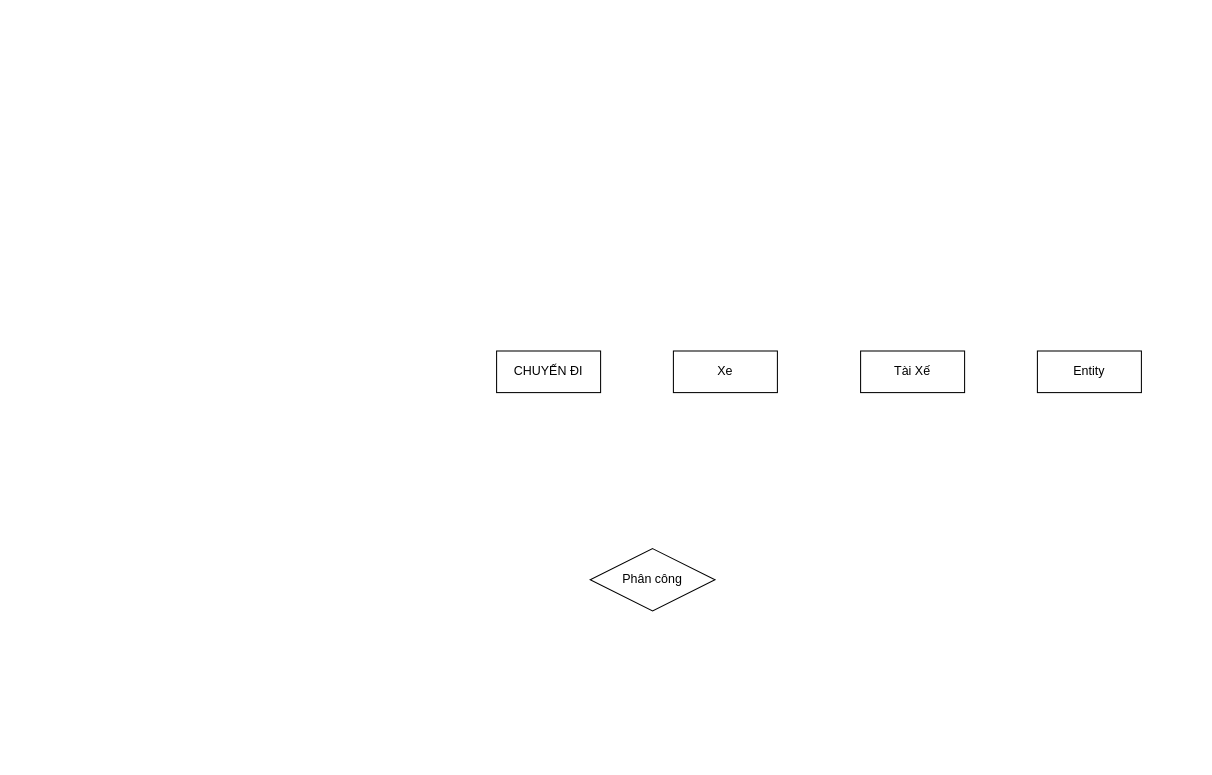
reality8080/DB_Chapter5_HW2 keeps this draw.io diagram as DB_HW5_2.drawio. Above is the earlier version. Source tidied: cells renumbered, new cells numbered last; positions are measured from the earlier drawing's top-left corner, leaving out a move shared by most shapes. Both pictures are drawn from the tidied source at 104%, with x=0, y=0 at pixel (496, 350).
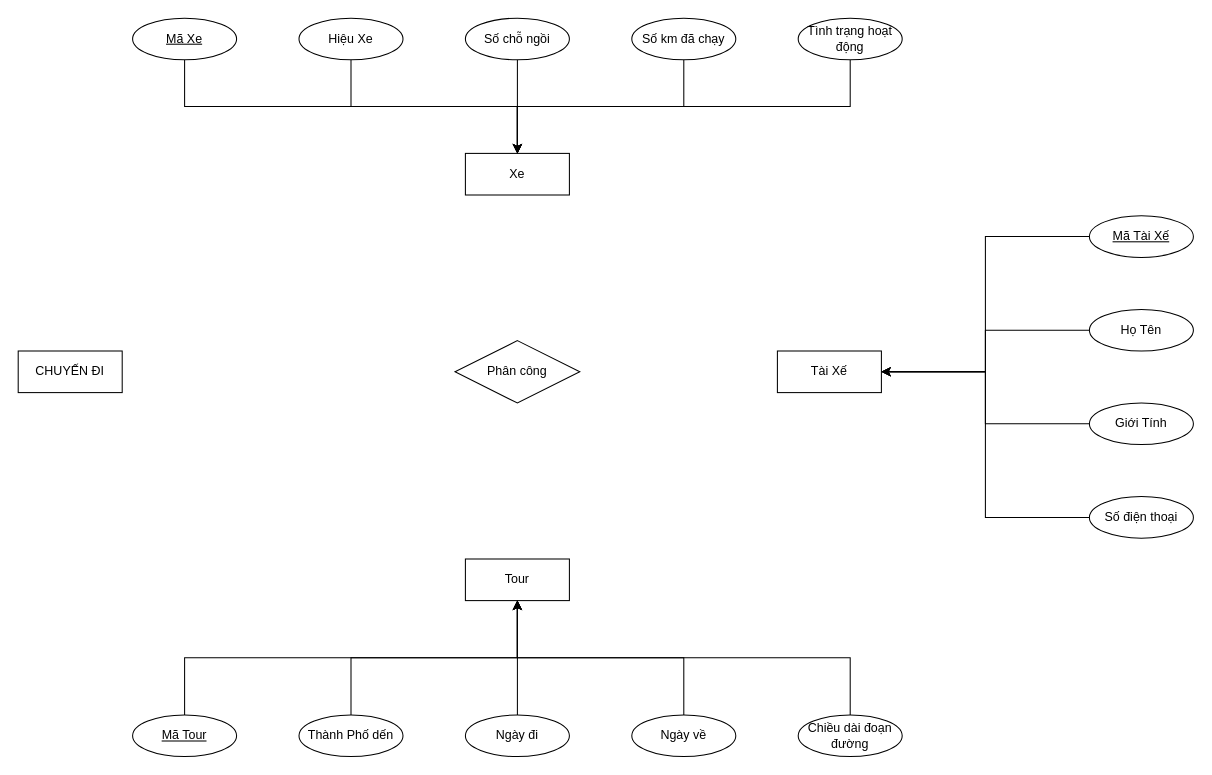
The same page after the edit.

Diff of the diagram source:
```diff
@@
     <mxCell id="2" value="Xe" style="whiteSpace=wrap;html=1;align=center;" parent="1" vertex="1">
-      <mxGeometry x="170" width="100" height="40" as="geometry" />
+      <mxGeometry x="-30" y="-190" width="100" height="40" as="geometry" />
     </mxCell>
     <mxCell id="3" value="Tài Xế" style="whiteSpace=wrap;html=1;align=center;" parent="1" vertex="1">
-      <mxGeometry x="350" width="100" height="40" as="geometry" />
+      <mxGeometry x="270" width="100" height="40" as="geometry" />
     </mxCell>
-    <mxCell id="4" value="Entity" style="whiteSpace=wrap;html=1;align=center;" parent="1" vertex="1">
-      <mxGeometry x="520" width="100" height="40" as="geometry" />
+    <mxCell id="4" value="Tour" style="whiteSpace=wrap;html=1;align=center;" parent="1" vertex="1">
+      <mxGeometry x="-30" y="200" width="100" height="40" as="geometry" />
     </mxCell>
     <mxCell id="5" value="CHUYẾN ĐI" style="whiteSpace=wrap;html=1;align=center;" parent="1" vertex="1">
-      <mxGeometry width="100" height="40" as="geometry" />
+      <mxGeometry x="-460" width="100" height="40" as="geometry" />
     </mxCell>
     <mxCell id="6" value="Phân công" style="shape=rhombus;perimeter=rhombusPerimeter;whiteSpace=wrap;html=1;align=center;" parent="1" vertex="1">
-      <mxGeometry x="90" y="190" width="120" height="60" as="geometry" />
+      <mxGeometry x="-40" y="-10" width="120" height="60" as="geometry" />
     </mxCell>
+    <mxCell id="7" style="edgeStyle=orthogonalEdgeStyle;rounded=0;jettySize=auto;html=1;exitX=0.5;exitY=1;exitDx=0;exitDy=0;" parent="1" edge="1" source="8" target="2">
+      <mxGeometry relative="1" as="geometry" />
+    </mxCell>
+    <mxCell id="8" value="&lt;u&gt;Mã Xe&lt;/u&gt;" style="ellipse;whiteSpace=wrap;html=1;align=center;" parent="1" vertex="1">
+      <mxGeometry x="-350" y="-320" width="100" height="40" as="geometry" />
+    </mxCell>
+    <mxCell id="9" style="edgeStyle=orthogonalEdgeStyle;rounded=0;jettySize=auto;html=1;exitX=0.5;exitY=1;exitDx=0;exitDy=0;" parent="1" edge="1" source="10" target="2">
+      <mxGeometry relative="1" as="geometry" />
+    </mxCell>
+    <mxCell id="10" value="Hiệu Xe" style="ellipse;whiteSpace=wrap;html=1;align=center;" parent="1" vertex="1">
+      <mxGeometry x="-190" y="-320" width="100" height="40" as="geometry" />
+    </mxCell>
+    <mxCell id="11" style="edgeStyle=orthogonalEdgeStyle;rounded=0;jettySize=auto;html=1;exitX=0.5;exitY=1;exitDx=0;exitDy=0;" parent="1" edge="1" source="12" target="2">
+      <mxGeometry relative="1" as="geometry" />
+    </mxCell>
+    <mxCell id="12" value="Số chỗ ngồi" style="ellipse;whiteSpace=wrap;html=1;align=center;" parent="1" vertex="1">
+      <mxGeometry x="-30" y="-320" width="100" height="40" as="geometry" />
+    </mxCell>
+    <mxCell id="13" style="edgeStyle=orthogonalEdgeStyle;rounded=0;jettySize=auto;html=1;exitX=0.5;exitY=1;exitDx=0;exitDy=0;" parent="1" edge="1" source="14" target="2">
+      <mxGeometry relative="1" as="geometry" />
+    </mxCell>
+    <mxCell id="14" value="Số km đã chạy" style="ellipse;whiteSpace=wrap;html=1;align=center;" parent="1" vertex="1">
+      <mxGeometry x="130" y="-320" width="100" height="40" as="geometry" />
+    </mxCell>
+    <mxCell id="15" style="edgeStyle=orthogonalEdgeStyle;rounded=0;jettySize=auto;html=1;exitX=0.5;exitY=1;exitDx=0;exitDy=0;" parent="1" edge="1" source="16" target="2">
+      <mxGeometry relative="1" as="geometry" />
+    </mxCell>
+    <mxCell id="16" value="Tình trạng hoạt động" style="ellipse;whiteSpace=wrap;html=1;align=center;" parent="1" vertex="1">
+      <mxGeometry x="290" y="-320" width="100" height="40" as="geometry" />
+    </mxCell>
+    <mxCell id="17" style="edgeStyle=orthogonalEdgeStyle;rounded=0;jettySize=auto;html=1;exitX=0;exitY=0.5;exitDx=0;exitDy=0;entryX=1;entryY=0.5;entryDx=0;entryDy=0;" parent="1" edge="1" source="18" target="3">
+      <mxGeometry relative="1" as="geometry" />
+    </mxCell>
+    <mxCell id="18" value="Họ Tên" style="ellipse;whiteSpace=wrap;html=1;align=center;" parent="1" vertex="1">
+      <mxGeometry x="570" y="-40" width="100" height="40" as="geometry" />
+    </mxCell>
+    <mxCell id="19" style="edgeStyle=orthogonalEdgeStyle;rounded=0;jettySize=auto;html=1;exitX=0;exitY=0.5;exitDx=0;exitDy=0;entryX=1;entryY=0.5;entryDx=0;entryDy=0;" parent="1" edge="1" source="20" target="3">
+      <mxGeometry relative="1" as="geometry" />
+    </mxCell>
+    <mxCell id="20" value="Mã Tài Xế" style="ellipse;whiteSpace=wrap;html=1;align=center;fontStyle=4;" parent="1" vertex="1">
+      <mxGeometry x="570" y="-130" width="100" height="40" as="geometry" />
+    </mxCell>
+    <mxCell id="21" style="edgeStyle=orthogonalEdgeStyle;rounded=0;jettySize=auto;html=1;exitX=0;exitY=0.5;exitDx=0;exitDy=0;entryX=1;entryY=0.5;entryDx=0;entryDy=0;" parent="1" edge="1" source="22" target="3">
+      <mxGeometry relative="1" as="geometry" />
+    </mxCell>
+    <mxCell id="22" value="Giới Tính" style="ellipse;whiteSpace=wrap;html=1;align=center;" parent="1" vertex="1">
+      <mxGeometry x="570" y="50" width="100" height="40" as="geometry" />
+    </mxCell>
+    <mxCell id="23" style="edgeStyle=orthogonalEdgeStyle;rounded=0;jettySize=auto;html=1;exitX=0;exitY=0.5;exitDx=0;exitDy=0;entryX=1;entryY=0.5;entryDx=0;entryDy=0;" parent="1" edge="1" source="24" target="3">
+      <mxGeometry relative="1" as="geometry" />
+    </mxCell>
+    <mxCell id="24" value="Số điện thoại" style="ellipse;whiteSpace=wrap;html=1;align=center;" parent="1" vertex="1">
+      <mxGeometry x="570" y="140" width="100" height="40" as="geometry" />
+    </mxCell>
+    <mxCell id="25" style="edgeStyle=orthogonalEdgeStyle;rounded=0;jettySize=auto;html=1;exitX=0.5;exitY=0;exitDx=0;exitDy=0;" parent="1" edge="1" source="26" target="4">
+      <mxGeometry relative="1" as="geometry" />
+    </mxCell>
+    <mxCell id="26" value="&lt;u&gt;Mã Tour&lt;/u&gt;" style="ellipse;whiteSpace=wrap;html=1;align=center;" parent="1" vertex="1">
+      <mxGeometry x="-350" y="350" width="100" height="40" as="geometry" />
+    </mxCell>
+    <mxCell id="27" style="edgeStyle=orthogonalEdgeStyle;rounded=0;jettySize=auto;html=1;exitX=0.5;exitY=0;exitDx=0;exitDy=0;" parent="1" edge="1" source="28" target="4">
+      <mxGeometry relative="1" as="geometry" />
+    </mxCell>
+    <mxCell id="28" value="Thành Phố dến" style="ellipse;whiteSpace=wrap;html=1;align=center;" parent="1" vertex="1">
+      <mxGeometry x="-190" y="350" width="100" height="40" as="geometry" />
+    </mxCell>
+    <mxCell id="29" style="edgeStyle=orthogonalEdgeStyle;rounded=0;jettySize=auto;html=1;exitX=0.5;exitY=0;exitDx=0;exitDy=0;" parent="1" edge="1" source="30" target="4">
+      <mxGeometry relative="1" as="geometry" />
+    </mxCell>
+    <mxCell id="30" value="Ngày đi" style="ellipse;whiteSpace=wrap;html=1;align=center;" parent="1" vertex="1">
+      <mxGeometry x="-30" y="350" width="100" height="40" as="geometry" />
+    </mxCell>
+    <mxCell id="31" style="edgeStyle=orthogonalEdgeStyle;rounded=0;jettySize=auto;html=1;exitX=0.5;exitY=0;exitDx=0;exitDy=0;" parent="1" edge="1" source="32" target="4">
+      <mxGeometry relative="1" as="geometry" />
+    </mxCell>
+    <mxCell id="32" value="Ngày về" style="ellipse;whiteSpace=wrap;html=1;align=center;" parent="1" vertex="1">
+      <mxGeometry x="130" y="350" width="100" height="40" as="geometry" />
+    </mxCell>
+    <mxCell id="33" style="edgeStyle=orthogonalEdgeStyle;rounded=0;jettySize=auto;html=1;exitX=0.5;exitY=0;exitDx=0;exitDy=0;" parent="1" edge="1" source="34" target="4">
+      <mxGeometry relative="1" as="geometry" />
+    </mxCell>
+    <mxCell id="34" value="Chiều dài đoạn đường" style="ellipse;whiteSpace=wrap;html=1;align=center;" parent="1" vertex="1">
+      <mxGeometry x="290" y="350" width="100" height="40" as="geometry" />
+    </mxCell>
```
